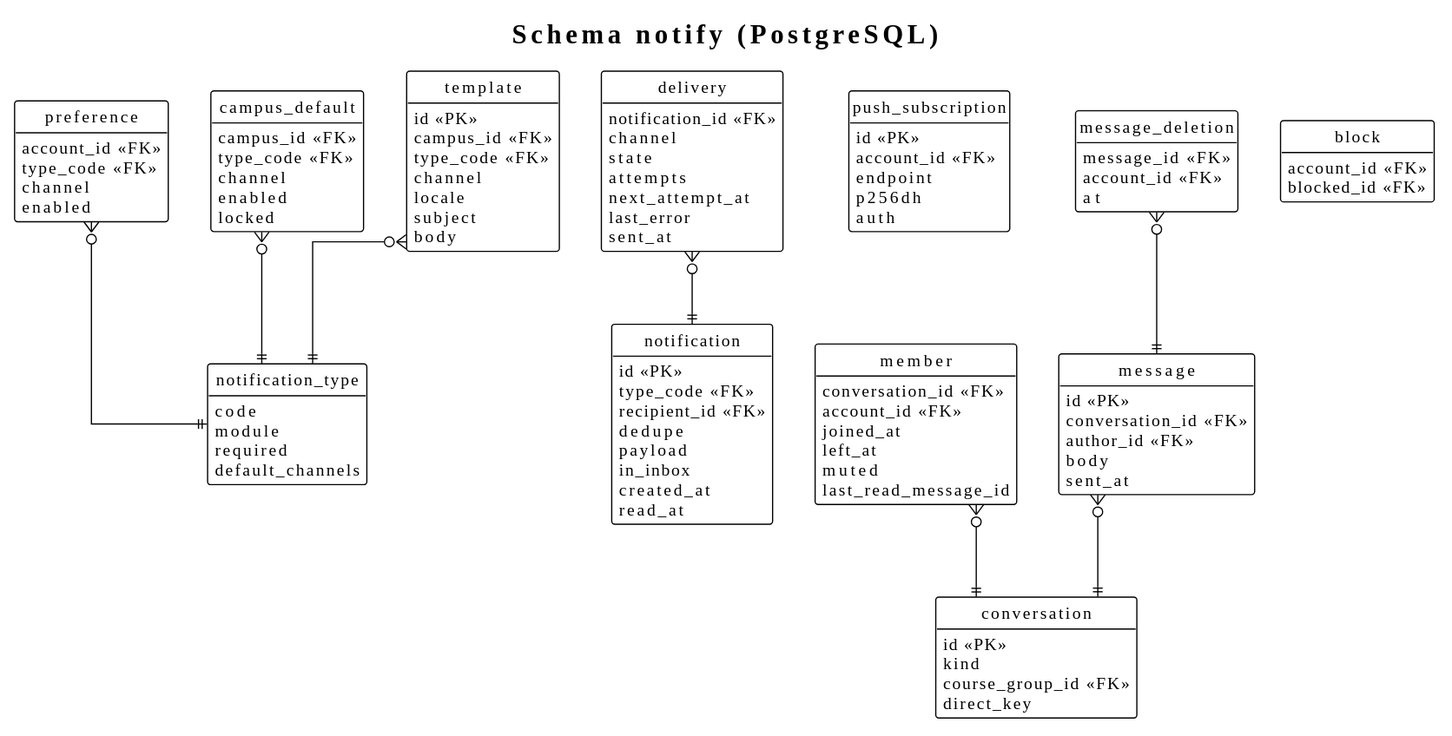
This is docs/03-design/data-model/notify.svg from didactika/kampus, a PlantUML export, as it was before one commit.
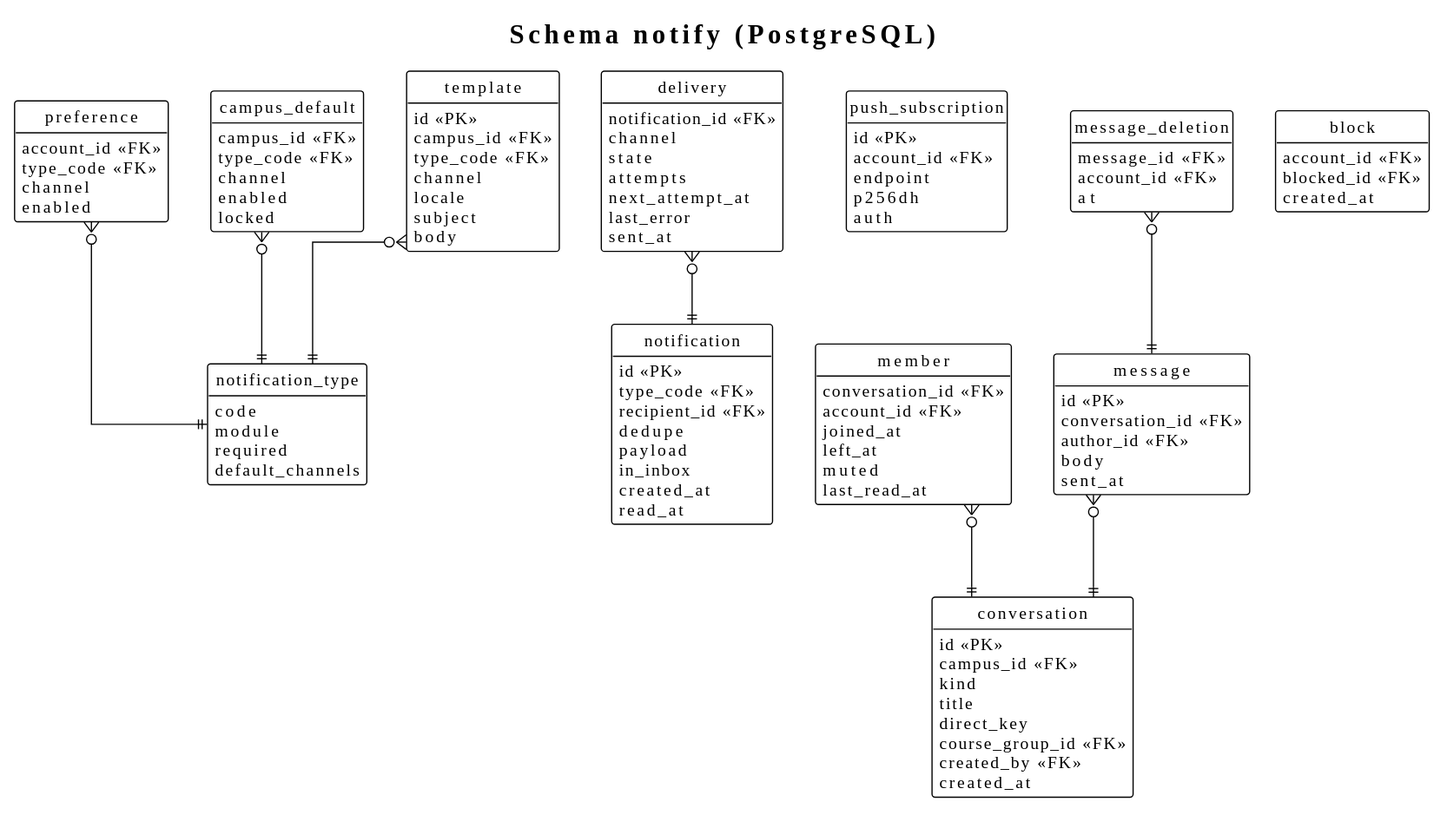
After the commit.

What changed in the source:
```diff
@@ -61,9 +61,13 @@
 }
 entity conversation {
   id <<PK>>
+  campus_id <<FK>>
   kind
+  title
+  direct_key
   course_group_id <<FK>>
-  direct_key
+  created_by <<FK>>
+  created_at
 }
 entity member {
   conversation_id <<FK>>
@@ -71,7 +75,7 @@
   joined_at
   left_at
   muted
-  last_read_message_id
+  last_read_at
 }
 entity message {
   id <<PK>>
@@ -88,6 +92,7 @@
 entity block {
   account_id <<FK>>
   blocked_id <<FK>>
+  created_at
 }
 
 preference }o--|| notification_type
```
